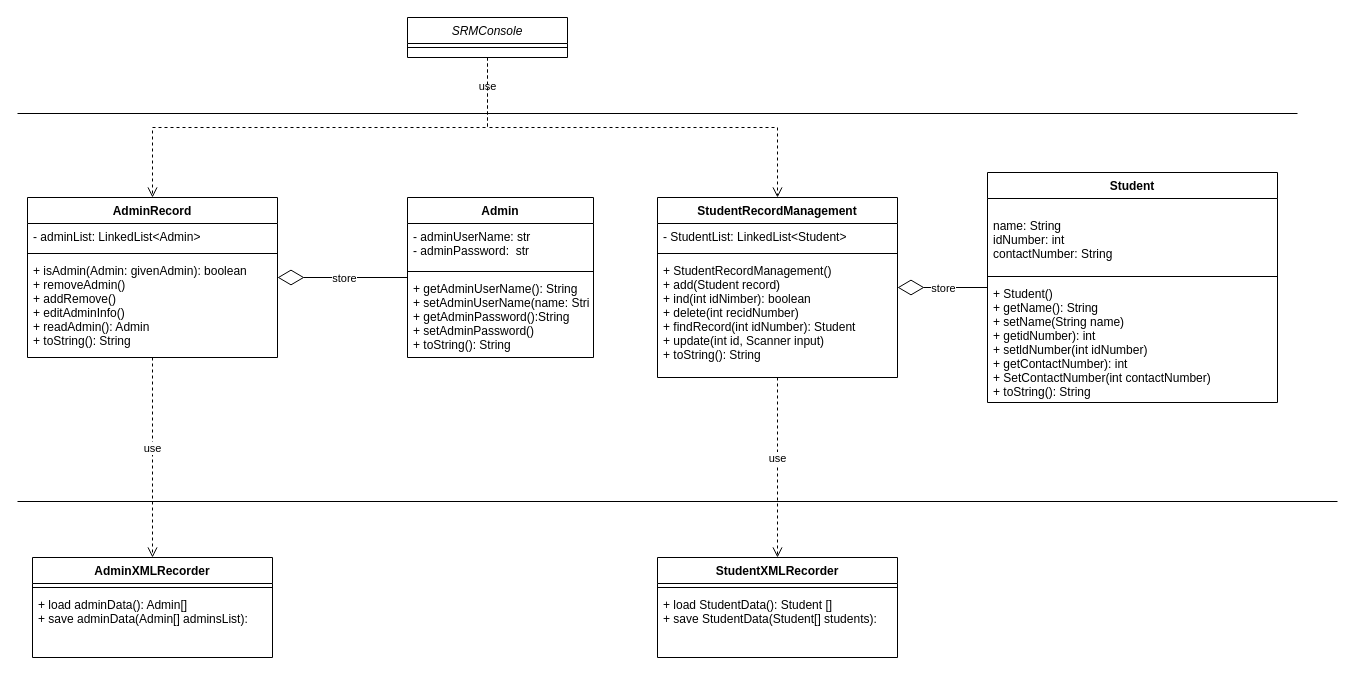
Before: Untitled Diagram.drawio in ReggieReo/ReggieReo, a draw.io diagram. Source tidied: cells renumbered, new cells numbered last; positions are measured from the earlier drawing's top-left corner, leaving out a move shared by most shapes. Both pictures are drawn from the tidied source at 100%, with x=0, y=0 at pixel (17, 17).
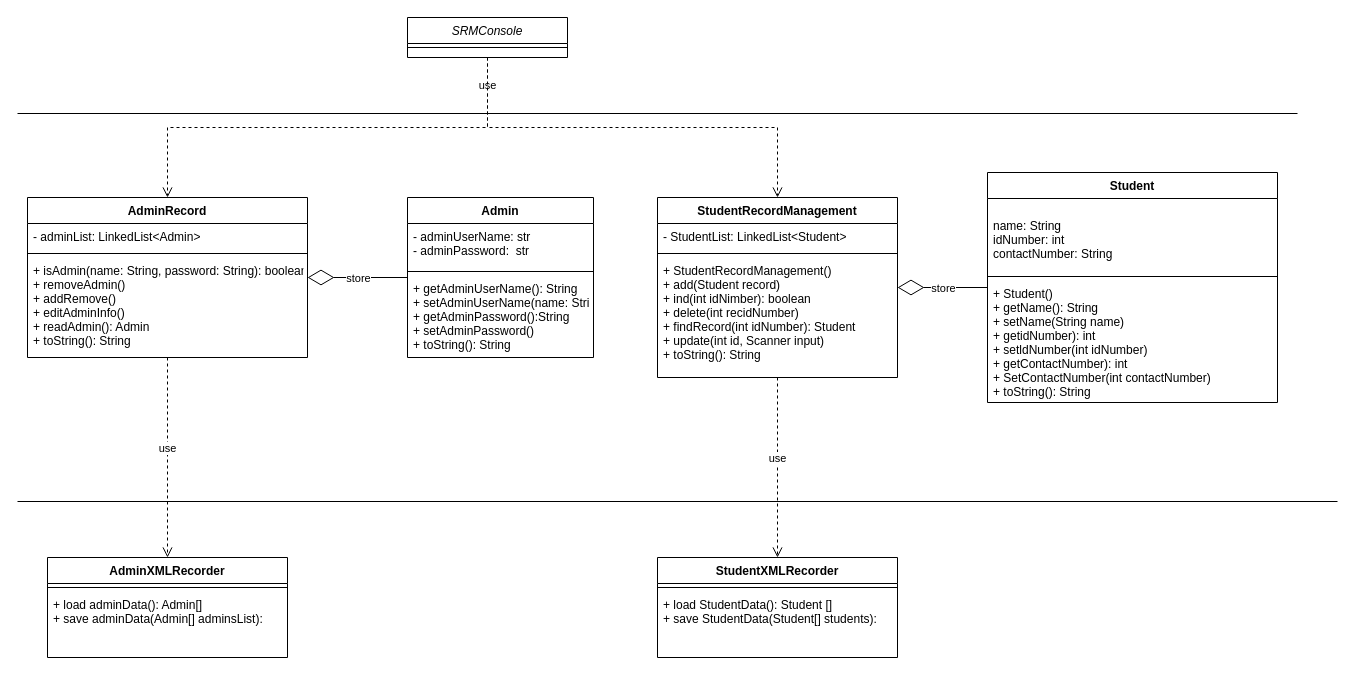
The same diagram, later.

The edit, as a diff of the source:
```diff
@@
     <mxCell id="10" value="AdminRecord" style="swimlane;fontStyle=1;align=center;verticalAlign=top;horizontal=1;startSize=26;" parent="1" vertex="1">
-      <mxGeometry x="10" y="180" width="250" height="160" as="geometry" />
+      <mxGeometry x="10" y="180" width="280" height="160" as="geometry" />
     </mxCell>
     <mxCell id="11" value="- adminList: LinkedList&lt;Admin&gt;" style="text;strokeColor=none;fillColor=none;align=left;verticalAlign=top;spacingLeft=4;spacingRight=4;overflow=hidden;" parent="10" vertex="1">
-      <mxGeometry y="26" width="250" height="26" as="geometry" />
+      <mxGeometry y="26" width="280" height="26" as="geometry" />
     </mxCell>
     <mxCell id="12" style="line;strokeWidth=1;fillColor=none;align=left;verticalAlign=middle;spacingTop=-1;spacingLeft=3;spacingRight=3;labelPosition=right;strokeColor=inherit;" parent="10" vertex="1">
-      <mxGeometry y="52" width="250" height="8" as="geometry" />
+      <mxGeometry y="52" width="280" height="8" as="geometry" />
     </mxCell>
-    <mxCell id="13" value="+ isAdmin(Admin: givenAdmin): boolean&#10;+ removeAdmin() &#10;+ addRemove()&#10;+ editAdminInfo()&#10;+ readAdmin(): Admin&#10;+ toString(): String" style="text;strokeColor=none;fillColor=none;align=left;verticalAlign=top;spacingLeft=4;spacingRight=4;overflow=hidden;" parent="10" vertex="1">
-      <mxGeometry y="60" width="250" height="100" as="geometry" />
+    <mxCell id="13" value="+ isAdmin(name: String, password: String): boolean&#10;+ removeAdmin() &#10;+ addRemove()&#10;+ editAdminInfo()&#10;+ readAdmin(): Admin&#10;+ toString(): String" style="text;strokeColor=none;fillColor=none;align=left;verticalAlign=top;spacingLeft=4;spacingRight=4;overflow=hidden;" parent="10" vertex="1">
+      <mxGeometry y="60" width="280" height="100" as="geometry" />
     </mxCell>
@@
     <mxCell id="31" value="AdminXMLRecorder" style="swimlane;fontStyle=1;align=center;verticalAlign=top;horizontal=1;startSize=26;" parent="1" vertex="1">
-      <mxGeometry x="15" y="540" width="240" height="100" as="geometry" />
+      <mxGeometry x="30" y="540" width="240" height="100" as="geometry" />
     </mxCell>
```
